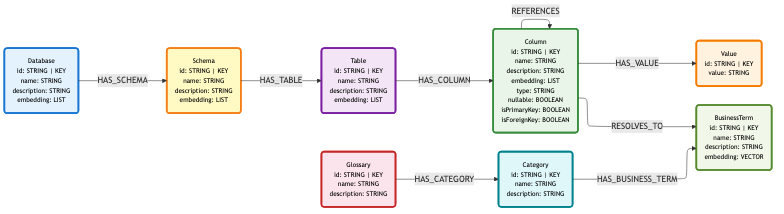
Before: assets/images/data_model/glossary-metadata-data-model-1.png, a diagram exported from Mermaid (neo4j-field/neocarta). Its source is kept beside it as assets/mermaid/data_model/glossary-metadata-data-model-1.mmd. The source it was exported from:
```mermaid
---
config:
    layout: elk
---
graph LR
Database("Database<br/>id: STRING | KEY<br/>name: STRING<br/>description: STRING<br/>embedding: LIST")
Schema("Schema<br/>id: STRING | KEY<br/>name: STRING<br/>description: STRING<br/>embedding: LIST")
Table("Table<br/>id: STRING | KEY<br/>name: STRING<br/>description: STRING<br/>embedding: LIST")
Column("Column<br/>id: STRING | KEY<br/>name: STRING<br/>description: STRING<br/>embedding: LIST<br/>type: STRING<br/>nullable: BOOLEAN<br/>isPrimaryKey: BOOLEAN<br/>isForeignKey: BOOLEAN")
Value("Value<br/>id: STRING | KEY<br/>value: STRING")

Glossary("Glossary<br/>id: STRING | KEY<br/>name: STRING<br/>description: STRING")
Category("Category<br/>id: STRING | KEY<br/>name: STRING<br/>description: STRING")
BusinessTerm("BusinessTerm<br/>id: STRING | KEY<br/>name: STRING<br/>description: STRING<br/>embedding: VECTOR")

Database -->|HAS_SCHEMA| Schema
Schema -->|HAS_TABLE| Table
Table -->|HAS_COLUMN| Column
Column -->|REFERENCES| Column
Column -->|HAS_VALUE| Value

Glossary -->|HAS_CATEGORY| Category
Category -->|HAS_BUSINESS_TERM| BusinessTerm

Column -->|RESOLVES_TO| BusinessTerm

classDef node_0_color fill:#e3f2fd,stroke:#1976d2,stroke-width:3px,color:#000,font-size:12px
class Database node_0_color

classDef node_1_color fill:#fff9c4,stroke:#f57f17,stroke-width:3px,color:#000,font-size:12px
class Schema node_1_color

classDef node_2_color fill:#f3e5f5,stroke:#7b1fa2,stroke-width:3px,color:#000,font-size:12px
class Table node_2_color

classDef node_3_color fill:#e8f5e8,stroke:#388e3c,stroke-width:3px,color:#000,font-size:12px
class Column node_3_color

classDef node_4_color fill:#fff3e0,stroke:#f57c00,stroke-width:3px,color:#000,font-size:12px
class Value node_4_color

classDef node_5_color fill:#fce4ec,stroke:#c62828,stroke-width:3px,color:#000,font-size:12px
class Glossary node_5_color

classDef node_6_color fill:#e0f7fa,stroke:#00838f,stroke-width:3px,color:#000,font-size:12px
class Category node_6_color

classDef node_7_color fill:#f1f8e9,stroke:#558b2f,stroke-width:3px,color:#000,font-size:12px
class BusinessTerm node_7_color
```
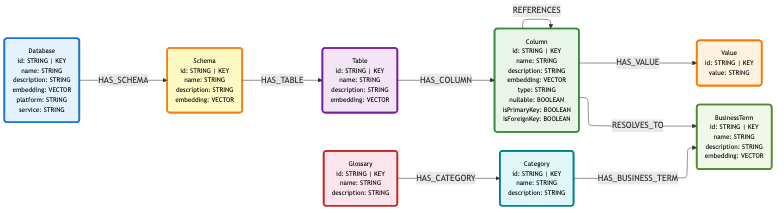
After the change.

Commit message:
update data model mmds and images

The edit, as a diff of the source:
```diff
@@ -3,10 +3,10 @@
     layout: elk
 ---
 graph LR
-Database("Database<br/>id: STRING | KEY<br/>name: STRING<br/>description: STRING<br/>embedding: LIST")
-Schema("Schema<br/>id: STRING | KEY<br/>name: STRING<br/>description: STRING<br/>embedding: LIST")
-Table("Table<br/>id: STRING | KEY<br/>name: STRING<br/>description: STRING<br/>embedding: LIST")
-Column("Column<br/>id: STRING | KEY<br/>name: STRING<br/>description: STRING<br/>embedding: LIST<br/>type: STRING<br/>nullable: BOOLEAN<br/>isPrimaryKey: BOOLEAN<br/>isForeignKey: BOOLEAN")
+Database("Database<br/>id: STRING | KEY<br/>name: STRING<br/>description: STRING<br/>embedding: VECTOR<br/>platform: STRING<br/>service: STRING")
+Schema("Schema<br/>id: STRING | KEY<br/>name: STRING<br/>description: STRING<br/>embedding: VECTOR")
+Table("Table<br/>id: STRING | KEY<br/>name: STRING<br/>description: STRING<br/>embedding: VECTOR")
+Column("Column<br/>id: STRING | KEY<br/>name: STRING<br/>description: STRING<br/>embedding: VECTOR<br/>type: STRING<br/>nullable: BOOLEAN<br/>isPrimaryKey: BOOLEAN<br/>isForeignKey: BOOLEAN")
 Value("Value<br/>id: STRING | KEY<br/>value: STRING")
 
 Glossary("Glossary<br/>id: STRING | KEY<br/>name: STRING<br/>description: STRING")
```
